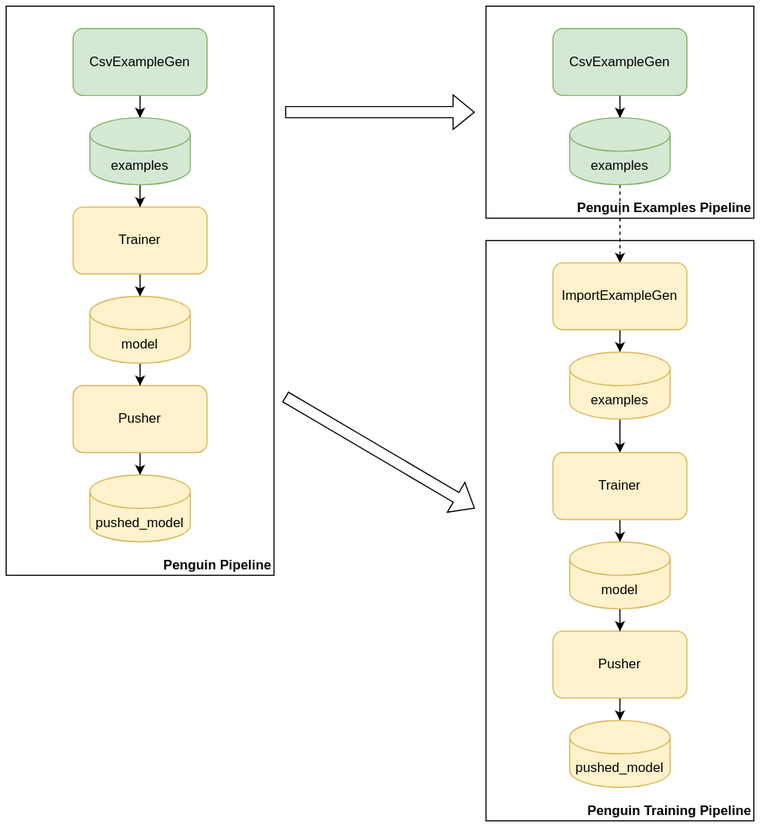
Before: docs/master/images/ensembling.svg, a diagram exported from draw.io (sky-uk/kfp-operator). Source tidied: cells renumbered, new cells last; positions are measured from the earlier drawing's top-left corner, leaving out a move shared by most shapes.
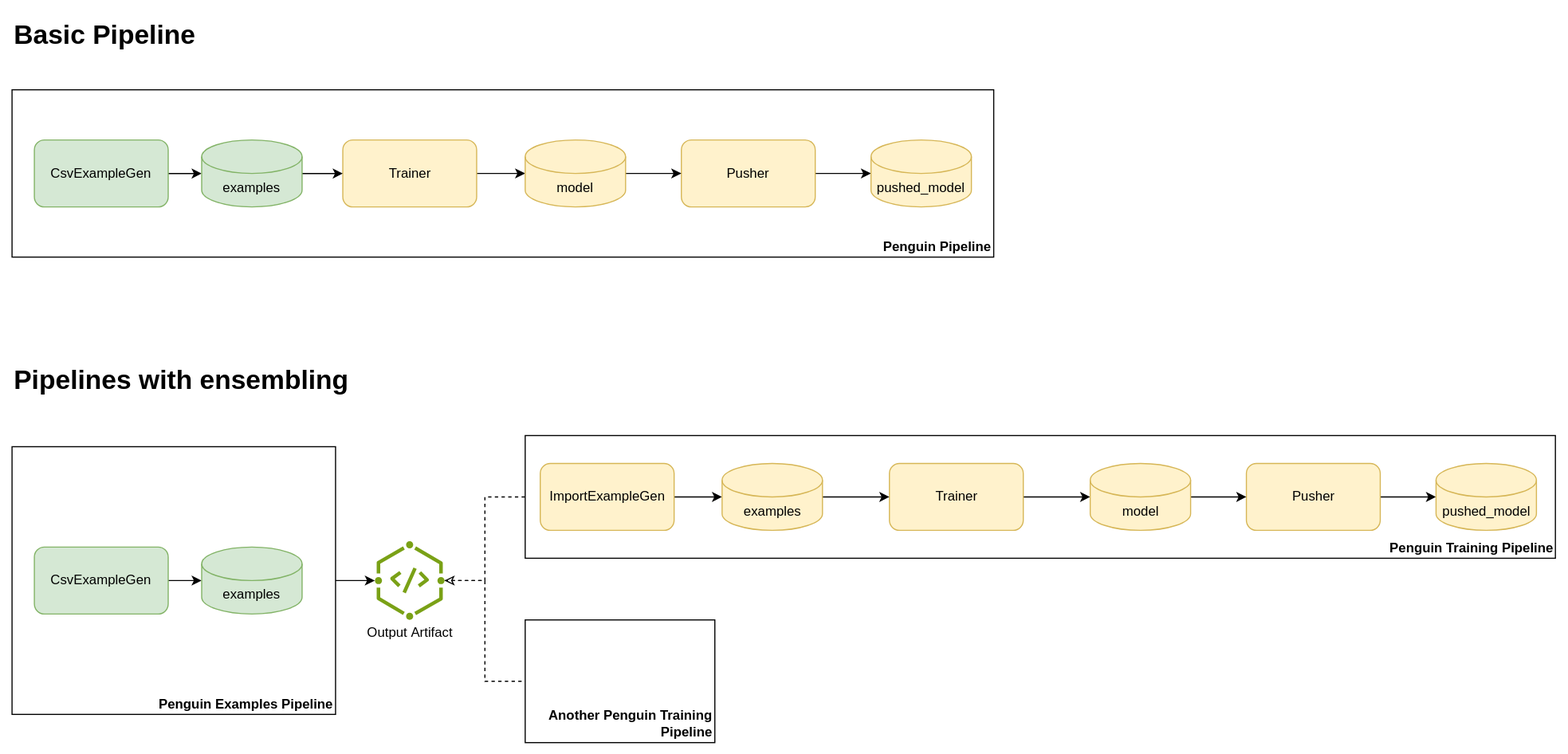
Above is the later version.

Diff of the diagram source:
```diff
@@ -3,103 +3,112 @@
     <mxCell id="0" />
     <mxCell id="1" parent="0" />
     <mxCell id="2" value="&lt;b&gt;Penguin Training Pipeline&lt;/b&gt;" style="rounded=0;whiteSpace=wrap;html=1;align=right;verticalAlign=bottom;" parent="1" vertex="1">
-      <mxGeometry x="430" y="210" width="240" height="520" as="geometry" />
+      <mxGeometry x="-220" y="-1110" width="923.5" height="110" as="geometry" />
     </mxCell>
+    <mxCell id="33" style="edgeStyle=orthogonalEdgeStyle;rounded=0;jettySize=auto;html=1;" parent="1" edge="1" source="3" target="58">
+      <mxGeometry relative="1" as="geometry" />
+    </mxCell>
     <mxCell id="3" value="&lt;b&gt;Penguin Examples Pipeline&lt;/b&gt;" style="rounded=0;whiteSpace=wrap;html=1;align=right;verticalAlign=bottom;" parent="1" vertex="1">
-      <mxGeometry x="430" width="240" height="190" as="geometry" />
+      <mxGeometry x="-680" y="-1100" width="290" height="240" as="geometry" />
     </mxCell>
     <mxCell id="4" value="&lt;b&gt;Penguin Pipeline&lt;/b&gt;" style="rounded=0;whiteSpace=wrap;html=1;align=right;verticalAlign=bottom;" parent="1" vertex="1">
-      <mxGeometry width="240" height="510" as="geometry" />
+      <mxGeometry x="-680" y="-1420" width="880" height="150" as="geometry" />
     </mxCell>
-    <mxCell id="5" style="edgeStyle=orthogonalEdgeStyle;rounded=0;jettySize=auto;html=1;" parent="1" edge="1" source="6" target="12">
-      <mxGeometry relative="1" as="geometry" />
-    </mxCell>
-    <mxCell id="6" value="CsvExampleGen" style="rounded=1;whiteSpace=wrap;html=1;fillColor=#d5e8d4;strokeColor=#82b366;" parent="1" vertex="1">
-      <mxGeometry x="60" y="20" width="120" height="60" as="geometry" />
-    </mxCell>
-    <mxCell id="7" style="edgeStyle=orthogonalEdgeStyle;rounded=0;jettySize=auto;html=1;entryX=0.5;entryY=0;entryDx=0;entryDy=0;entryPerimeter=0;" parent="1" edge="1" source="8" target="14">
-      <mxGeometry relative="1" as="geometry" />
-    </mxCell>
-    <mxCell id="8" value="Trainer" style="rounded=1;whiteSpace=wrap;html=1;fillColor=#fff2cc;strokeColor=#d6b656;" parent="1" vertex="1">
-      <mxGeometry x="60" y="180" width="120" height="60" as="geometry" />
-    </mxCell>
-    <mxCell id="9" style="edgeStyle=orthogonalEdgeStyle;rounded=0;jettySize=auto;html=1;" parent="1" edge="1" source="10" target="15">
-      <mxGeometry relative="1" as="geometry" />
-    </mxCell>
-    <mxCell id="10" value="Pusher" style="rounded=1;whiteSpace=wrap;html=1;fillColor=#fff2cc;strokeColor=#d6b656;" parent="1" vertex="1">
-      <mxGeometry x="60" y="340" width="120" height="60" as="geometry" />
-    </mxCell>
-    <mxCell id="11" style="edgeStyle=orthogonalEdgeStyle;rounded=0;jettySize=auto;html=1;" parent="1" edge="1" source="12" target="8">
-      <mxGeometry relative="1" as="geometry" />
-    </mxCell>
-    <mxCell id="12" value="examples" style="shape=cylinder3;whiteSpace=wrap;html=1;boundedLbl=1;backgroundOutline=1;size=15;fillColor=#d5e8d4;strokeColor=#82b366;" parent="1" vertex="1">
-      <mxGeometry x="75" y="100" width="90" height="60" as="geometry" />
-    </mxCell>
-    <mxCell id="13" style="edgeStyle=orthogonalEdgeStyle;rounded=0;jettySize=auto;html=1;" parent="1" edge="1" source="14" target="10">
-      <mxGeometry relative="1" as="geometry" />
-    </mxCell>
-    <mxCell id="14" value="model" style="shape=cylinder3;whiteSpace=wrap;html=1;boundedLbl=1;backgroundOutline=1;size=15;fillColor=#fff2cc;strokeColor=#d6b656;" parent="1" vertex="1">
-      <mxGeometry x="75" y="260" width="90" height="60" as="geometry" />
-    </mxCell>
-    <mxCell id="15" value="pushed_model" style="shape=cylinder3;whiteSpace=wrap;html=1;boundedLbl=1;backgroundOutline=1;size=15;fillColor=#fff2cc;strokeColor=#d6b656;" parent="1" vertex="1">
-      <mxGeometry x="75" y="420" width="90" height="60" as="geometry" />
-    </mxCell>
-    <mxCell id="16" style="edgeStyle=orthogonalEdgeStyle;rounded=0;jettySize=auto;html=1;" parent="1" edge="1" source="17" target="23">
-      <mxGeometry relative="1" as="geometry" />
-    </mxCell>
-    <mxCell id="17" value="CsvExampleGen" style="rounded=1;whiteSpace=wrap;html=1;fillColor=#d5e8d4;strokeColor=#82b366;" parent="1" vertex="1">
-      <mxGeometry x="490" y="20" width="120" height="60" as="geometry" />
-    </mxCell>
-    <mxCell id="18" style="edgeStyle=orthogonalEdgeStyle;rounded=0;jettySize=auto;html=1;entryX=0.5;entryY=0;entryDx=0;entryDy=0;entryPerimeter=0;" parent="1" edge="1" source="19" target="25">
-      <mxGeometry relative="1" as="geometry" />
-    </mxCell>
-    <mxCell id="19" value="Trainer" style="rounded=1;whiteSpace=wrap;html=1;fillColor=#fff2cc;strokeColor=#d6b656;" parent="1" vertex="1">
-      <mxGeometry x="490" y="400" width="120" height="60" as="geometry" />
-    </mxCell>
-    <mxCell id="20" style="edgeStyle=orthogonalEdgeStyle;rounded=0;jettySize=auto;html=1;" parent="1" edge="1" source="21" target="26">
-      <mxGeometry relative="1" as="geometry" />
-    </mxCell>
-    <mxCell id="21" value="Pusher" style="rounded=1;whiteSpace=wrap;html=1;fillColor=#fff2cc;strokeColor=#d6b656;" parent="1" vertex="1">
-      <mxGeometry x="490" y="560" width="120" height="60" as="geometry" />
-    </mxCell>
-    <mxCell id="22" style="edgeStyle=orthogonalEdgeStyle;rounded=0;jettySize=auto;html=1;dashed=1;" parent="1" edge="1" source="23" target="28">
-      <mxGeometry relative="1" as="geometry" />
-    </mxCell>
-    <mxCell id="23" value="examples" style="shape=cylinder3;whiteSpace=wrap;html=1;boundedLbl=1;backgroundOutline=1;size=15;fillColor=#d5e8d4;strokeColor=#82b366;" parent="1" vertex="1">
-      <mxGeometry x="505" y="100" width="90" height="60" as="geometry" />
-    </mxCell>
-    <mxCell id="24" style="edgeStyle=orthogonalEdgeStyle;rounded=0;jettySize=auto;html=1;" parent="1" edge="1" source="25" target="21">
-      <mxGeometry relative="1" as="geometry" />
-    </mxCell>
-    <mxCell id="25" value="model" style="shape=cylinder3;whiteSpace=wrap;html=1;boundedLbl=1;backgroundOutline=1;size=15;fillColor=#fff2cc;strokeColor=#d6b656;" parent="1" vertex="1">
-      <mxGeometry x="505" y="480" width="90" height="60" as="geometry" />
-    </mxCell>
-    <mxCell id="26" value="pushed_model" style="shape=cylinder3;whiteSpace=wrap;html=1;boundedLbl=1;backgroundOutline=1;size=15;fillColor=#fff2cc;strokeColor=#d6b656;" parent="1" vertex="1">
-      <mxGeometry x="505" y="640" width="90" height="60" as="geometry" />
-    </mxCell>
+    <mxCell id="34" style="edgeStyle=orthogonalEdgeStyle;rounded=0;jettySize=auto;html=1;" parent="1" edge="1" source="35" target="41">
+      <mxGeometry relative="1" as="geometry" />
+    </mxCell>
+    <mxCell id="35" value="CsvExampleGen" style="rounded=1;whiteSpace=wrap;html=1;fillColor=#d5e8d4;strokeColor=#82b366;" parent="1" vertex="1">
+      <mxGeometry x="-660" y="-1375" width="120" height="60" as="geometry" />
+    </mxCell>
+    <mxCell id="36" style="edgeStyle=orthogonalEdgeStyle;rounded=0;jettySize=auto;html=1;entryX=0;entryY=0.5;entryDx=0;entryDy=0;entryPerimeter=0;" parent="1" edge="1" source="37" target="43">
+      <mxGeometry relative="1" as="geometry" />
+    </mxCell>
+    <mxCell id="37" value="Trainer" style="rounded=1;whiteSpace=wrap;html=1;fillColor=#fff2cc;strokeColor=#d6b656;" parent="1" vertex="1">
+      <mxGeometry x="-383.5" y="-1375" width="120" height="60" as="geometry" />
+    </mxCell>
+    <mxCell id="38" style="edgeStyle=orthogonalEdgeStyle;rounded=0;jettySize=auto;html=1;" parent="1" edge="1" source="39" target="44">
+      <mxGeometry relative="1" as="geometry" />
+    </mxCell>
+    <mxCell id="39" value="Pusher" style="rounded=1;whiteSpace=wrap;html=1;fillColor=#fff2cc;strokeColor=#d6b656;" parent="1" vertex="1">
+      <mxGeometry x="-80" y="-1375" width="120" height="60" as="geometry" />
+    </mxCell>
+    <mxCell id="40" style="edgeStyle=orthogonalEdgeStyle;rounded=0;jettySize=auto;html=1;" parent="1" edge="1" source="41" target="37">
+      <mxGeometry relative="1" as="geometry" />
+    </mxCell>
+    <mxCell id="41" value="examples" style="shape=cylinder3;whiteSpace=wrap;html=1;boundedLbl=1;backgroundOutline=1;size=15;fillColor=#d5e8d4;strokeColor=#82b366;" parent="1" vertex="1">
+      <mxGeometry x="-510" y="-1375" width="90" height="60" as="geometry" />
+    </mxCell>
+    <mxCell id="42" style="edgeStyle=orthogonalEdgeStyle;rounded=0;jettySize=auto;html=1;" parent="1" edge="1" source="43" target="39">
+      <mxGeometry relative="1" as="geometry" />
+    </mxCell>
+    <mxCell id="43" value="model" style="shape=cylinder3;whiteSpace=wrap;html=1;boundedLbl=1;backgroundOutline=1;size=15;fillColor=#fff2cc;strokeColor=#d6b656;" parent="1" vertex="1">
+      <mxGeometry x="-220" y="-1375" width="90" height="60" as="geometry" />
+    </mxCell>
+    <mxCell id="44" value="pushed_model" style="shape=cylinder3;whiteSpace=wrap;html=1;boundedLbl=1;backgroundOutline=1;size=15;fillColor=#fff2cc;strokeColor=#d6b656;" parent="1" vertex="1">
+      <mxGeometry x="90" y="-1375" width="90" height="60" as="geometry" />
+    </mxCell>
+    <mxCell id="45" style="edgeStyle=orthogonalEdgeStyle;rounded=0;jettySize=auto;html=1;" parent="1" edge="1" source="46" target="51">
+      <mxGeometry relative="1" as="geometry" />
+    </mxCell>
+    <mxCell id="46" value="CsvExampleGen" style="rounded=1;whiteSpace=wrap;html=1;fillColor=#d5e8d4;strokeColor=#82b366;" parent="1" vertex="1">
+      <mxGeometry x="-660" y="-1010" width="120" height="60" as="geometry" />
+    </mxCell>
+    <mxCell id="47" style="edgeStyle=orthogonalEdgeStyle;rounded=0;jettySize=auto;html=1;" parent="1" edge="1" source="48" target="53">
+      <mxGeometry relative="1" as="geometry" />
+    </mxCell>
+    <mxCell id="48" value="Trainer" style="rounded=1;whiteSpace=wrap;html=1;fillColor=#fff2cc;strokeColor=#d6b656;" parent="1" vertex="1">
+      <mxGeometry x="106.5" y="-1085" width="120" height="60" as="geometry" />
+    </mxCell>
+    <mxCell id="49" style="edgeStyle=orthogonalEdgeStyle;rounded=0;jettySize=auto;html=1;" parent="1" edge="1" source="50" target="54">
+      <mxGeometry relative="1" as="geometry" />
+    </mxCell>
+    <mxCell id="50" value="Pusher" style="rounded=1;whiteSpace=wrap;html=1;fillColor=#fff2cc;strokeColor=#d6b656;" parent="1" vertex="1">
+      <mxGeometry x="426.5" y="-1085" width="120" height="60" as="geometry" />
+    </mxCell>
+    <mxCell id="51" value="examples" style="shape=cylinder3;whiteSpace=wrap;html=1;boundedLbl=1;backgroundOutline=1;size=15;fillColor=#d5e8d4;strokeColor=#82b366;" parent="1" vertex="1">
+      <mxGeometry x="-510" y="-1010" width="90" height="60" as="geometry" />
+    </mxCell>
+    <mxCell id="52" style="edgeStyle=orthogonalEdgeStyle;rounded=0;jettySize=auto;html=1;" parent="1" edge="1" source="53" target="50">
+      <mxGeometry relative="1" as="geometry" />
+    </mxCell>
+    <mxCell id="53" value="model" style="shape=cylinder3;whiteSpace=wrap;html=1;boundedLbl=1;backgroundOutline=1;size=15;fillColor=#fff2cc;strokeColor=#d6b656;" parent="1" vertex="1">
+      <mxGeometry x="286.5" y="-1085" width="90" height="60" as="geometry" />
+    </mxCell>
+    <mxCell id="54" value="pushed_model" style="shape=cylinder3;whiteSpace=wrap;html=1;boundedLbl=1;backgroundOutline=1;size=15;fillColor=#fff2cc;strokeColor=#d6b656;" parent="1" vertex="1">
+      <mxGeometry x="596.5" y="-1085" width="90" height="60" as="geometry" />
+    </mxCell>
     <mxCell id="27" style="edgeStyle=orthogonalEdgeStyle;rounded=0;jettySize=auto;html=1;" parent="1" edge="1" source="28" target="30">
       <mxGeometry relative="1" as="geometry" />
     </mxCell>
     <mxCell id="28" value="ImportExampleGen" style="rounded=1;whiteSpace=wrap;html=1;fillColor=#fff2cc;strokeColor=#d6b656;" parent="1" vertex="1">
-      <mxGeometry x="490" y="230" width="120" height="60" as="geometry" />
+      <mxGeometry x="-206.5" y="-1085" width="120" height="60" as="geometry" />
     </mxCell>
-    <mxCell id="29" style="edgeStyle=orthogonalEdgeStyle;rounded=0;jettySize=auto;html=1;" parent="1" edge="1" source="30" target="19">
-      <mxGeometry relative="1" as="geometry" />
-    </mxCell>
+    <mxCell id="55" style="edgeStyle=orthogonalEdgeStyle;rounded=0;jettySize=auto;html=1;" parent="1" edge="1" source="30" target="48">
+      <mxGeometry relative="1" as="geometry" />
+    </mxCell>
     <mxCell id="30" value="examples" style="shape=cylinder3;whiteSpace=wrap;html=1;boundedLbl=1;backgroundOutline=1;size=15;fillColor=#fff2cc;strokeColor=#d6b656;" parent="1" vertex="1">
-      <mxGeometry x="505" y="310" width="90" height="60" as="geometry" />
+      <mxGeometry x="-43.5" y="-1085" width="90" height="60" as="geometry" />
     </mxCell>
-    <mxCell id="31" style="shape=flexArrow;endArrow=classic;html=1;rounded=0;" parent="1" edge="1">
-      <mxGeometry relative="1" as="geometry">
-        <mxPoint x="250" y="95" as="sourcePoint" />
-        <mxPoint x="420" y="95" as="targetPoint" />
-      </mxGeometry>
-    </mxCell>
-    <mxCell id="32" style="shape=flexArrow;endArrow=classic;html=1;rounded=0;" parent="1" edge="1">
-      <mxGeometry relative="1" as="geometry">
-        <mxPoint x="250" y="350" as="sourcePoint" />
-        <mxPoint x="420" y="450" as="targetPoint" />
-      </mxGeometry>
-    </mxCell>
+    <mxCell id="56" style="edgeStyle=orthogonalEdgeStyle;rounded=0;jettySize=auto;html=1;startArrow=classic;startFill=0;endArrow=none;dashed=1;" parent="1" edge="1" source="58" target="59">
+      <mxGeometry relative="1" as="geometry" />
+    </mxCell>
+    <mxCell id="57" style="edgeStyle=orthogonalEdgeStyle;rounded=0;jettySize=auto;html=1;entryX=0;entryY=0.5;entryDx=0;entryDy=0;dashed=1;endArrow=none;startFill=0;" parent="1" edge="1" source="58" target="2">
+      <mxGeometry relative="1" as="geometry" />
+    </mxCell>
+    <mxCell id="58" style="sketch=0;outlineConnect=0;fontColor=#232F3E;gradientColor=none;fillColor=#7AA116;strokeColor=none;dashed=0;verticalLabelPosition=bottom;verticalAlign=top;align=center;html=1;fontSize=12;fontStyle=0;shape=mxgraph.aws4.iot_greengrass_artifact;" parent="1" vertex="1">
+      <mxGeometry x="-354.7" y="-1015.3" width="62.5" height="70.6" as="geometry" />
+    </mxCell>
+    <mxCell id="59" value="&lt;b&gt;Another Penguin Training Pipeline&lt;/b&gt;" style="rounded=0;whiteSpace=wrap;html=1;align=right;verticalAlign=bottom;" parent="1" vertex="1">
+      <mxGeometry x="-220" y="-944.7" width="170" height="110" as="geometry" />
+    </mxCell>
+    <mxCell id="60" value="&lt;h1 style=&quot;margin-top: 0px;&quot;&gt;Basic Pipeline&lt;/h1&gt;" style="text;html=1;whiteSpace=wrap;overflow=hidden;rounded=0;" parent="1" vertex="1">
+      <mxGeometry x="-680" y="-1490" width="180" height="50" as="geometry" />
+    </mxCell>
+    <mxCell id="61" value="&lt;h1 style=&quot;margin-top: 0px;&quot;&gt;Pipelines with ensembling&amp;nbsp;&lt;/h1&gt;" style="text;html=1;whiteSpace=wrap;overflow=hidden;rounded=0;" parent="1" vertex="1">
+      <mxGeometry x="-680" y="-1180" width="430" height="50" as="geometry" />
+    </mxCell>
+    <mxCell id="62" value="Output&amp;nbsp;&lt;span style=&quot;background-color: transparent; color: light-dark(rgb(0, 0, 0), rgb(255, 255, 255));&quot;&gt;Artifact&lt;/span&gt;" style="text;html=1;align=center;verticalAlign=middle;whiteSpace=wrap;rounded=0;" parent="1" vertex="1">
+      <mxGeometry x="-354.7" y="-990" width="64" height="114" as="geometry" />
+    </mxCell>
   </root>
 </mxGraphModel>
```
